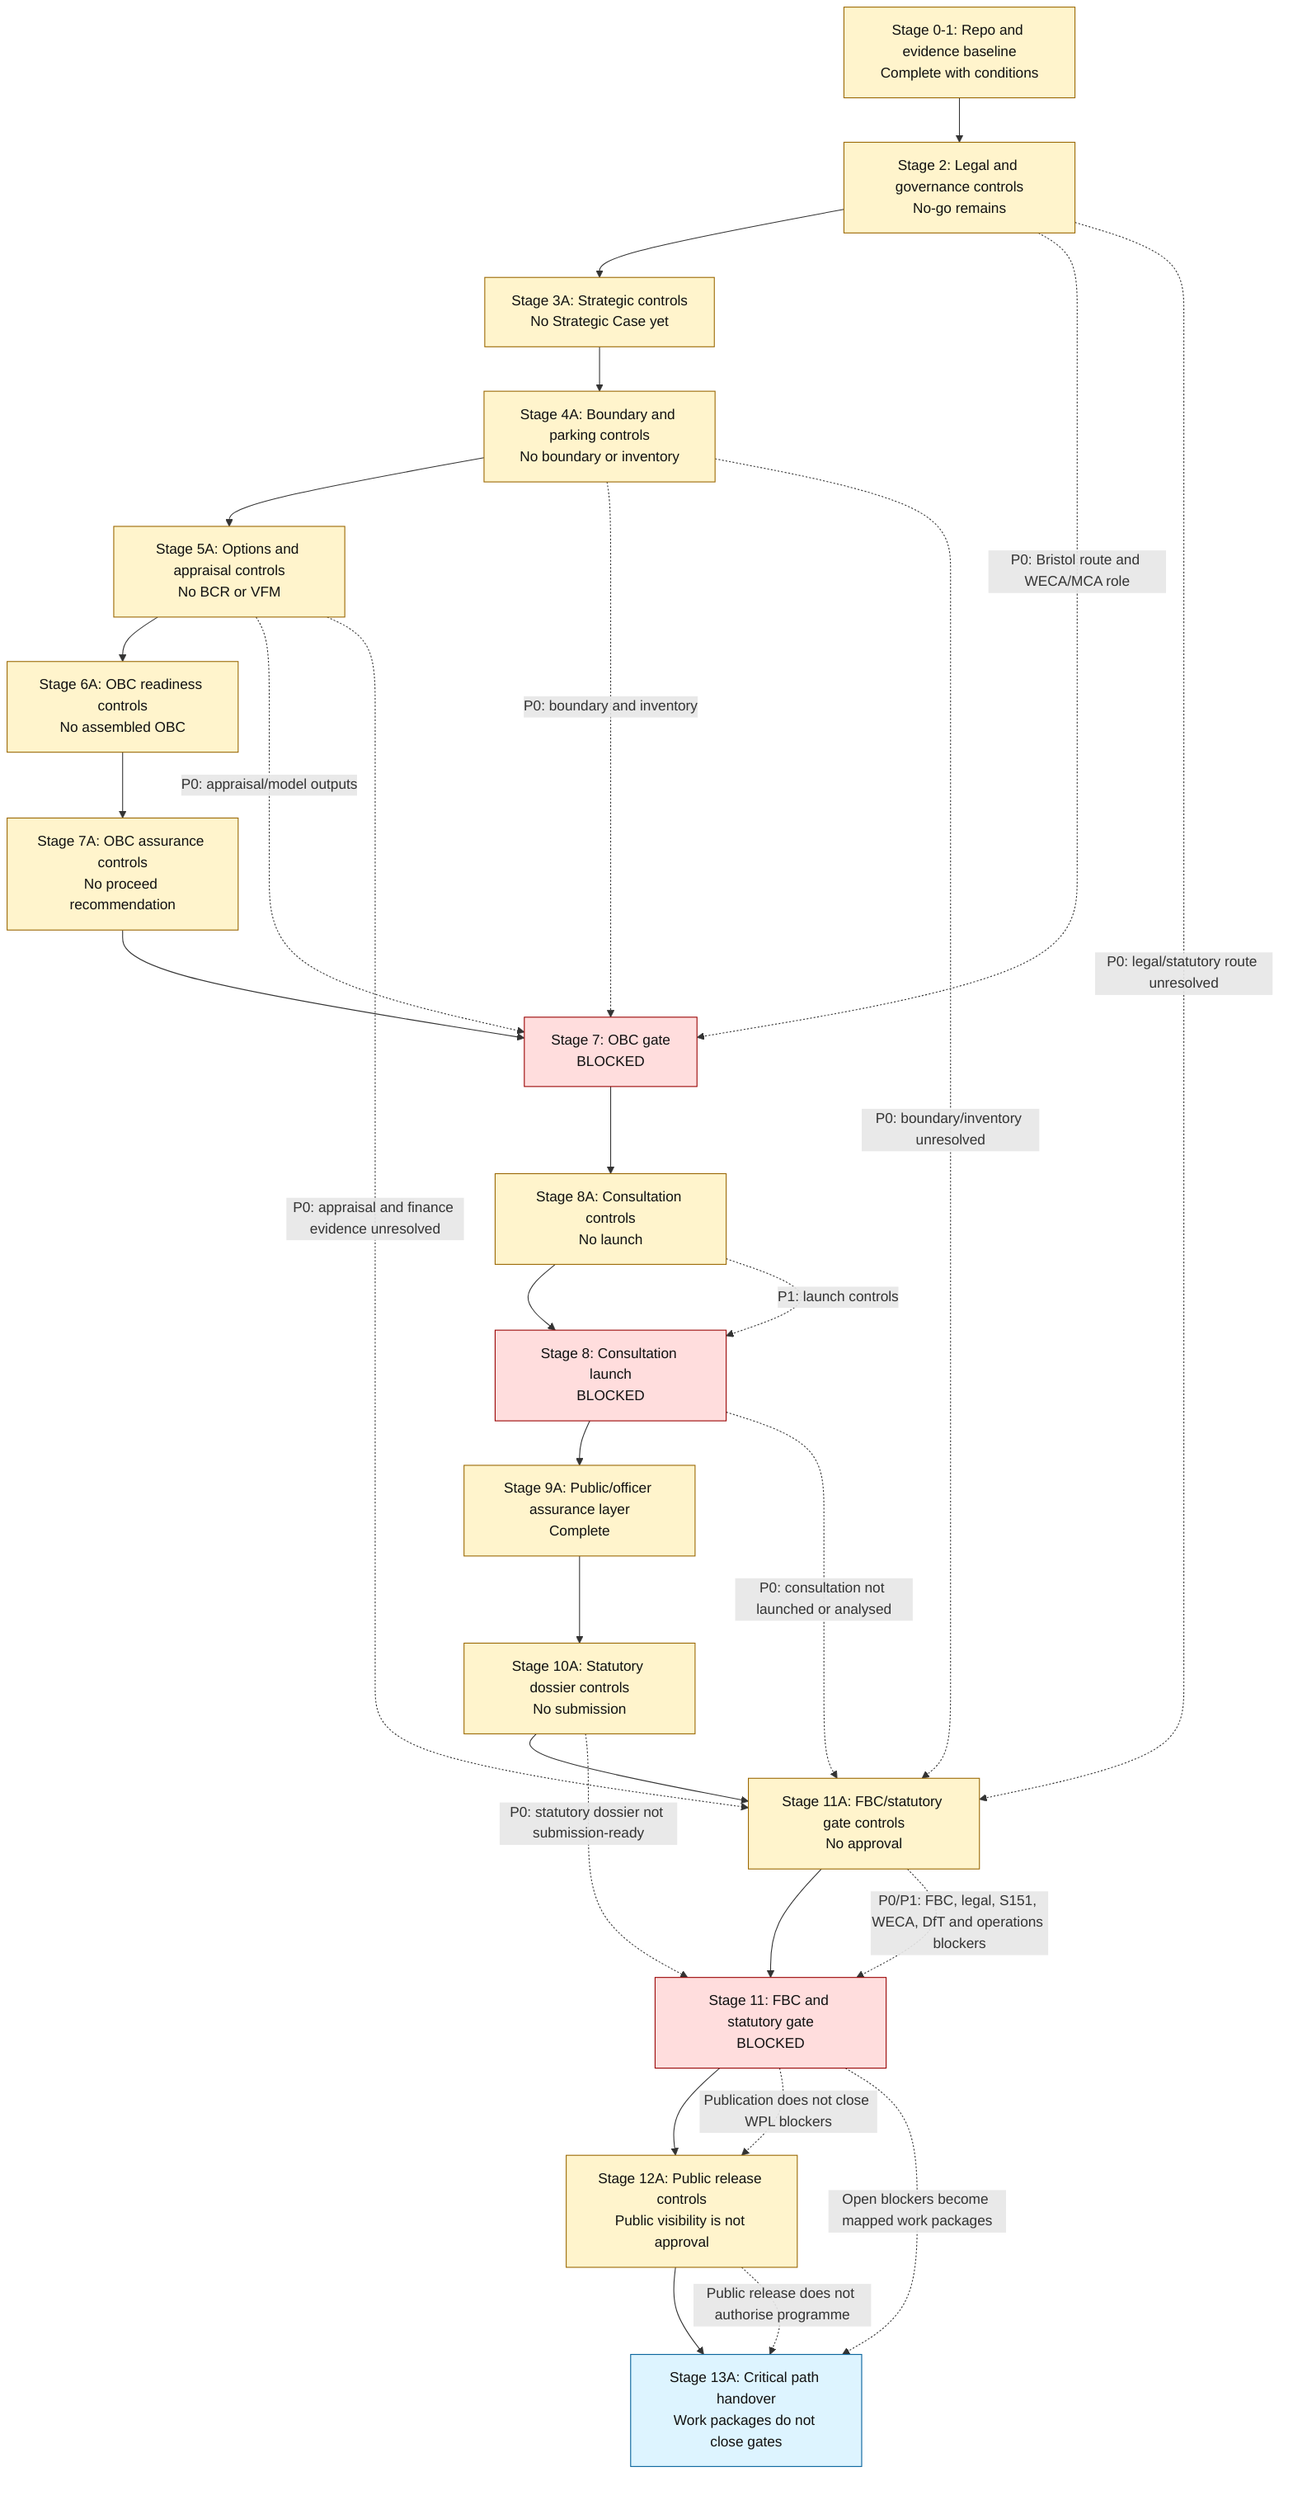
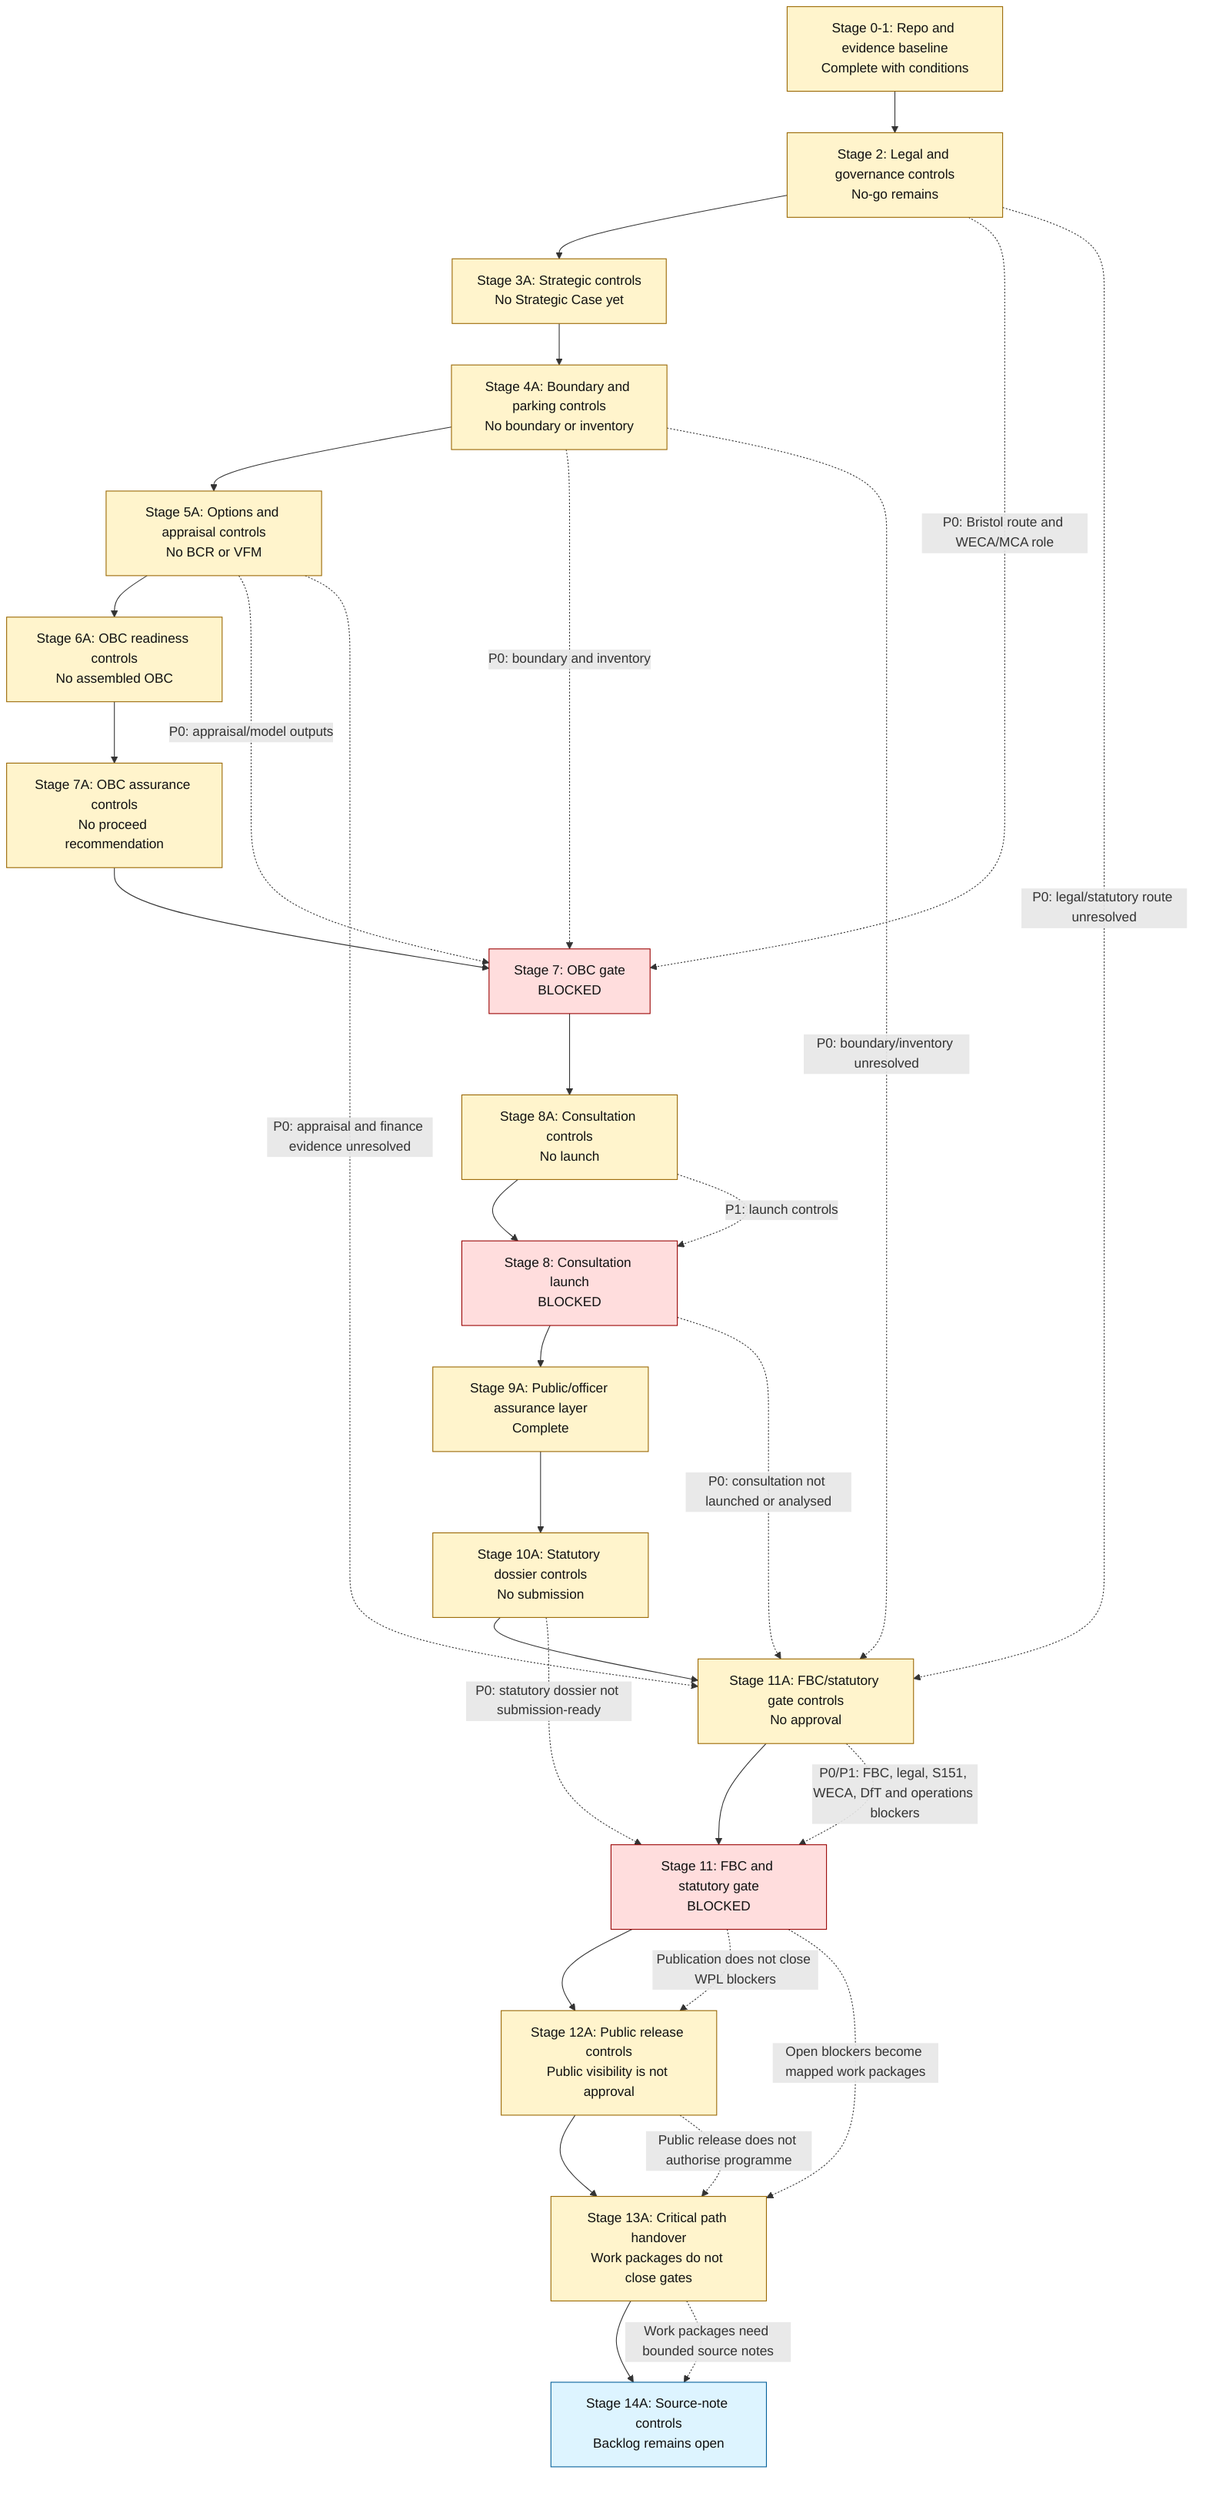
flowchart TD
    A["Stage 0-1: Repo and evidence baseline<br/>Complete with conditions"] --> B["Stage 2: Legal and governance controls<br/>No-go remains"]
    B --> C["Stage 3A: Strategic controls<br/>No Strategic Case yet"]
    C --> D["Stage 4A: Boundary and parking controls<br/>No boundary or inventory"]
    D --> E["Stage 5A: Options and appraisal controls<br/>No BCR or VFM"]
    E --> F["Stage 6A: OBC readiness controls<br/>No assembled OBC"]
    F --> F2["Stage 7A: OBC assurance controls<br/>No proceed recommendation"]
    F2 --> G["Stage 7: OBC gate<br/>BLOCKED"]
    G --> H["Stage 8A: Consultation controls<br/>No launch"]
    H --> I["Stage 8: Consultation launch<br/>BLOCKED"]
    I --> J["Stage 9A: Public/officer assurance layer<br/>Complete"]
    J --> J2["Stage 10A: Statutory dossier controls<br/>No submission"]
    J2 --> K2["Stage 11A: FBC/statutory gate controls<br/>No approval"]
    K2 --> K["Stage 11: FBC and statutory gate<br/>BLOCKED"]
    K --> L["Stage 12A: Public release controls<br/>Public visibility is not approval"]
    L --> M["Stage 13A: Critical path handover<br/>Work packages do not close gates"]
+     M --> N["Stage 14A: Source-note controls<br/>Backlog remains open"]

    B -. "P0: Bristol route and WECA/MCA role" .-> G
    D -. "P0: boundary and inventory" .-> G
    E -. "P0: appraisal/model outputs" .-> G
    H -. "P1: launch controls" .-> I
    B -. "P0: legal/statutory route unresolved" .-> K2
    D -. "P0: boundary/inventory unresolved" .-> K2
    E -. "P0: appraisal and finance evidence unresolved" .-> K2
    I -. "P0: consultation not launched or analysed" .-> K2
    J2 -. "P0: statutory dossier not submission-ready" .-> K
    K2 -. "P0/P1: FBC, legal, S151, WECA, DfT and operations blockers" .-> K
    K -. "Publication does not close WPL blockers" .-> L
    K -. "Open blockers become mapped work packages" .-> M
    L -. "Public release does not authorise programme" .-> M
+     M -. "Work packages need bounded source notes" .-> N

    classDef blocked fill:#ffdddd,stroke:#990000,color:#111111;
    classDef control fill:#fff4cc,stroke:#996600,color:#111111;
    classDef current fill:#ddf4ff,stroke:#005f99,color:#111111;

    class G,I,K blocked;
-     class A,B,C,D,E,F,F2,H,J,J2,K2,L control;
-     class M current;
+     class A,B,C,D,E,F,F2,H,J,J2,K2,L,M control;
+     class N current;
